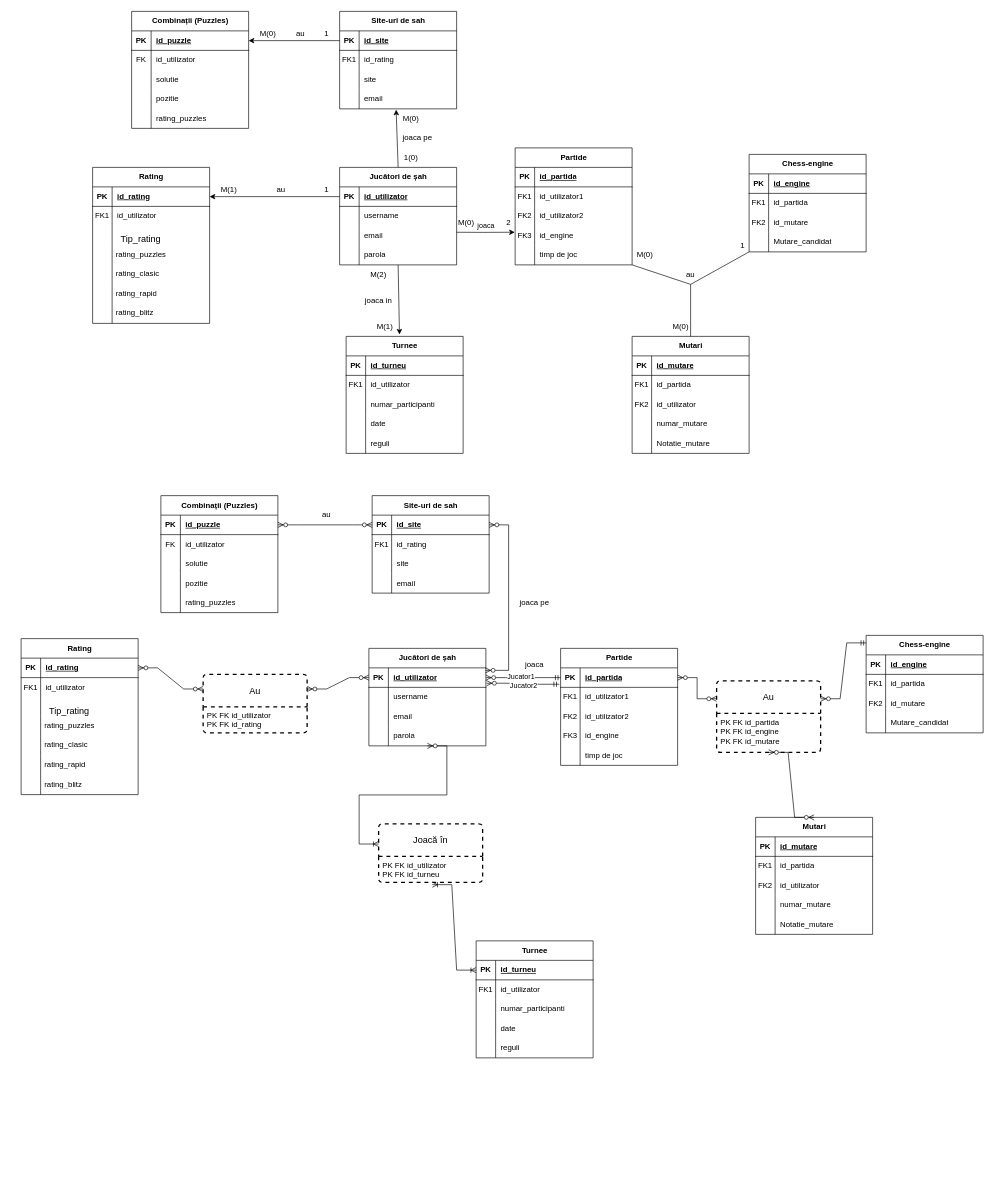
CiprianVlad/facultate keeps this draw.io diagram as Anul1/Semestrul 2/BD/proiect/Sah.drawio. Above is the earlier version. Source tidied: cells renumbered, new cells numbered last; positions are measured from the earlier drawing's top-left corner, leaving out a move shared by most shapes. Both pictures are drawn from the tidied source at 65%, with x=0, y=0 at pixel (21, 11).
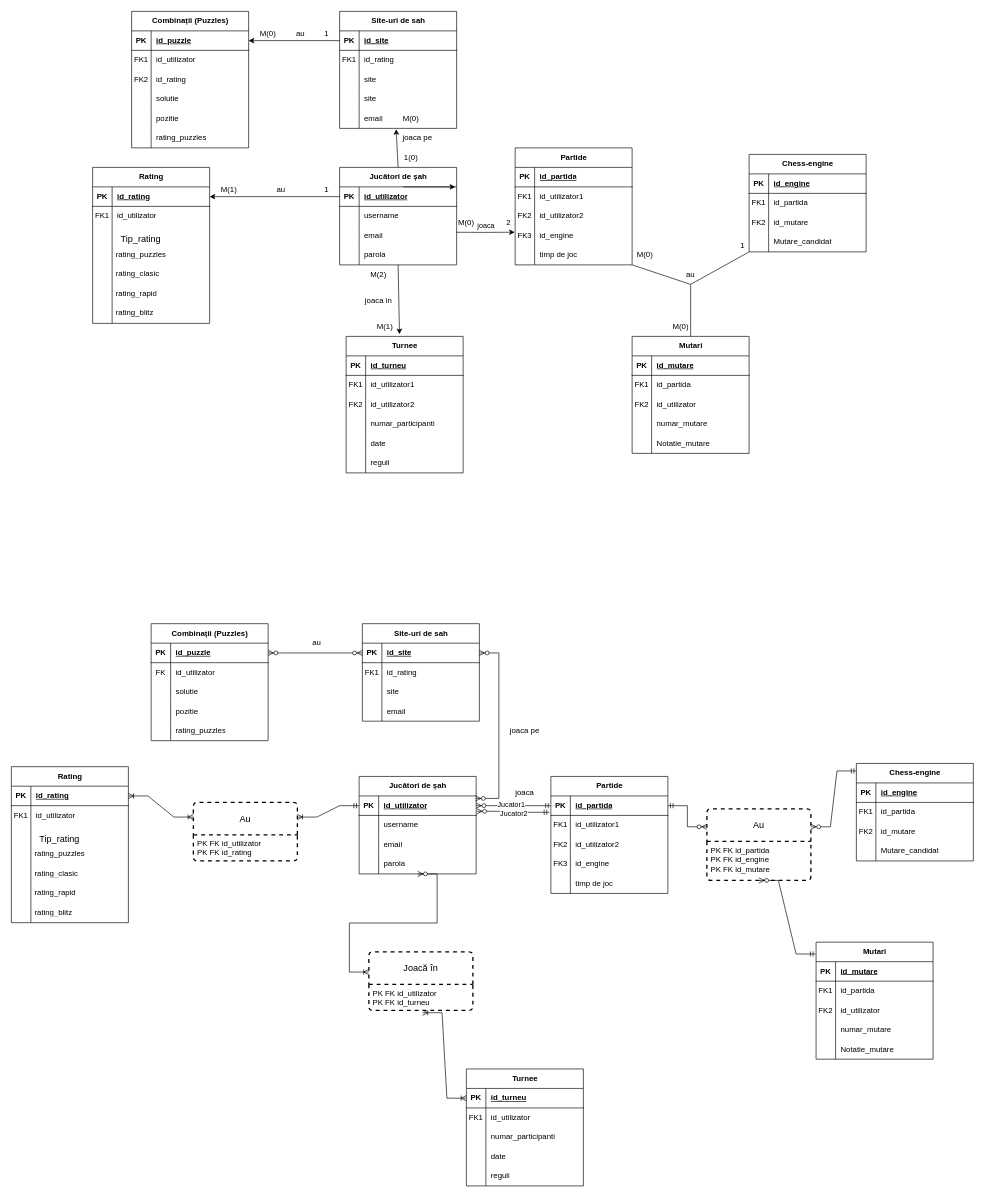
Above is the later version.

The change refers to these unchanged cells:
```xml
<mxCell id="99" style="shape=tableRow;horizontal=0;startSize=0;swimlaneHead=0;swimlaneBody=0;fillColor=none;top=0;left=0;right=0;bottom=0;" parent="95" vertex="1">
  <mxGeometry y="60" width="180" height="30" as="geometry" />
</mxCell>
<mxCell id="115" style="shape=tableRow;horizontal=0;startSize=0;swimlaneHead=0;swimlaneBody=0;fillColor=none;top=0;left=0;right=0;bottom=0;" parent="111" vertex="1">
  <mxGeometry y="60" width="180" height="30" as="geometry" />
</mxCell>
<mxCell id="151" style="shape=tableRow;horizontal=0;startSize=0;swimlaneHead=0;swimlaneBody=0;fillColor=none;points=[[0,0.5],[1,0.5]];portConstraint=eastwest;top=0;left=0;right=0;bottom=1;" parent="150" vertex="1">
  <mxGeometry y="30" width="180" height="30" as="geometry" />
</mxCell>
<mxCell id="164" style="shape=tableRow;horizontal=0;startSize=0;swimlaneHead=0;swimlaneBody=0;fillColor=none;points=[[0,0.5],[1,0.5]];portConstraint=eastwest;top=0;left=0;right=0;bottom=1;" parent="163" vertex="1">
  <mxGeometry y="30" width="180" height="30" as="geometry" />
</mxCell>
<mxCell id="180" style="shape=tableRow;horizontal=0;startSize=0;swimlaneHead=0;swimlaneBody=0;fillColor=none;points=[[0,0.5],[1,0.5]];portConstraint=eastwest;top=0;left=0;right=0;bottom=1;" parent="179" vertex="1">
  <mxGeometry y="30" width="180" height="30" as="geometry" />
</mxCell>
<mxCell id="222" style="shape=tableRow;horizontal=0;startSize=0;swimlaneHead=0;swimlaneBody=0;fillColor=none;points=[[0,0.5],[1,0.5]];portConstraint=eastwest;top=0;left=0;right=0;bottom=1;" parent="221" vertex="1">
  <mxGeometry y="30" width="180" height="30" as="geometry" />
</mxCell>
<mxCell id="259" value="&lt;div&gt;PK FK id_utilizator&lt;/div&gt;&lt;div&gt;PK FK id_turneu&lt;/div&gt;" style="align=left;strokeColor=none;fillColor=none;spacingLeft=4;spacingRight=4;fontSize=12;verticalAlign=top;html=1;whiteSpace=wrap;dashed=1;rounded=1;" parent="258" vertex="1">
  <mxGeometry y="50" width="160" height="40" as="geometry" />
</mxCell>
<mxCell id="278" style="shape=tableRow;horizontal=0;startSize=0;swimlaneHead=0;swimlaneBody=0;fillColor=none;points=[[0,0.5],[1,0.5]];portConstraint=eastwest;top=0;left=0;right=0;bottom=1;" parent="277" vertex="1">
  <mxGeometry y="30" width="180" height="30" as="geometry" />
</mxCell>
```

Change to the diagram source:
```diff
@@
     <mxCell id="31" value="Site-uri de sah" style="shape=table;startSize=30;childLayout=tableLayout;rowLines=0;fontStyle=1;align=center;html=1;" parent="1" vertex="1">
-      <mxGeometry x="490" width="180" height="150" as="geometry" />
+      <mxGeometry x="490" width="180" height="180" as="geometry" />
     </mxCell>
@@
+    <mxCell id="311" style="shape=tableRow;horizontal=0;startSize=0;swimlaneHead=0;swimlaneBody=0;fillColor=none;top=0;left=0;right=0;bottom=0;" parent="31" vertex="1">
+      <mxGeometry y="90" width="180" height="30" as="geometry" />
+    </mxCell>
+    <mxCell id="312" style="shape=partialRectangle;fillColor=none;top=0;left=0;bottom=0;right=0;overflow=hidden;whiteSpace=wrap;html=1;" parent="311" vertex="1">
+      <mxGeometry width="30" height="30" as="geometry" />
+    </mxCell>
+    <mxCell id="313" value="site" style="shape=partialRectangle;fillColor=none;top=0;left=0;bottom=0;right=0;align=left;spacingLeft=6;overflow=hidden;whiteSpace=wrap;html=1;" parent="311" vertex="1">
+      <mxGeometry x="30" width="150" height="30" as="geometry" />
+    </mxCell>
     <mxCell id="38" style="shape=tableRow;horizontal=0;startSize=0;swimlaneHead=0;swimlaneBody=0;fillColor=none;top=0;left=0;right=0;bottom=0;" parent="31" vertex="1">
-      <mxGeometry y="90" width="180" height="30" as="geometry" />
+      <mxGeometry y="120" width="180" height="30" as="geometry" />
     </mxCell>
@@
     <mxCell id="41" style="shape=tableRow;horizontal=0;startSize=0;swimlaneHead=0;swimlaneBody=0;fillColor=none;points=[[0,0.5],[1,0.5]];portConstraint=eastwest;top=0;left=0;right=0;bottom=0;" parent="31" vertex="1">
-      <mxGeometry y="120" width="180" height="30" as="geometry" />
+      <mxGeometry y="150" width="180" height="30" as="geometry" />
     </mxCell>
@@
     <mxCell id="95" value="Turnee" style="shape=table;startSize=30;childLayout=tableLayout;rowLines=0;fontStyle=1;align=center;html=1;" parent="1" vertex="1">
-      <mxGeometry x="500" y="500" width="180" height="180" as="geometry" />
+      <mxGeometry x="500" y="500" width="180" height="210" as="geometry" />
     </mxCell>
@@
-    <mxCell id="101" value="id_utilizator" style="shape=partialRectangle;fillColor=none;top=0;left=0;bottom=0;right=0;align=left;spacingLeft=6;overflow=hidden;whiteSpace=wrap;html=1;" parent="99" vertex="1">
+    <mxCell id="101" value="id_utilizator1" style="shape=partialRectangle;fillColor=none;top=0;left=0;bottom=0;right=0;align=left;spacingLeft=6;overflow=hidden;whiteSpace=wrap;html=1;" parent="99" vertex="1">
       <mxGeometry x="30" width="150" height="30" as="geometry" />
     </mxCell>
+    <mxCell id="314" style="shape=tableRow;horizontal=0;startSize=0;swimlaneHead=0;swimlaneBody=0;fillColor=none;top=0;left=0;right=0;bottom=0;" parent="95" vertex="1">
+      <mxGeometry y="90" width="180" height="30" as="geometry" />
+    </mxCell>
+    <mxCell id="315" value="FK2" style="shape=partialRectangle;fillColor=none;top=0;left=0;bottom=0;right=0;overflow=hidden;whiteSpace=wrap;html=1;" parent="314" vertex="1">
+      <mxGeometry width="30" height="30" as="geometry" />
+    </mxCell>
+    <mxCell id="316" value="id_utilizator2" style="shape=partialRectangle;fillColor=none;top=0;left=0;bottom=0;right=0;align=left;spacingLeft=6;overflow=hidden;whiteSpace=wrap;html=1;" parent="314" vertex="1">
+      <mxGeometry x="30" width="150" height="30" as="geometry" />
+    </mxCell>
     <mxCell id="102" style="shape=tableRow;horizontal=0;startSize=0;swimlaneHead=0;swimlaneBody=0;fillColor=none;top=0;left=0;right=0;bottom=0;" parent="95" vertex="1">
-      <mxGeometry y="90" width="180" height="30" as="geometry" />
+      <mxGeometry y="120" width="180" height="30" as="geometry" />
     </mxCell>
@@
     <mxCell id="105" style="shape=tableRow;horizontal=0;startSize=0;swimlaneHead=0;swimlaneBody=0;fillColor=none;top=0;left=0;right=0;bottom=0;" parent="95" vertex="1">
-      <mxGeometry y="120" width="180" height="30" as="geometry" />
+      <mxGeometry y="150" width="180" height="30" as="geometry" />
     </mxCell>
@@
     <mxCell id="108" style="shape=tableRow;horizontal=0;startSize=0;swimlaneHead=0;swimlaneBody=0;fillColor=none;top=0;left=0;right=0;bottom=0;" parent="95" vertex="1">
-      <mxGeometry y="150" width="180" height="30" as="geometry" />
+      <mxGeometry y="180" width="180" height="30" as="geometry" />
     </mxCell>
@@
     <mxCell id="111" value="Combinații (Puzzles)" style="shape=table;startSize=30;childLayout=tableLayout;rowLines=0;fontStyle=1;align=center;html=1;" parent="1" vertex="1">
-      <mxGeometry x="170" width="180" height="180" as="geometry" />
+      <mxGeometry x="170" width="180" height="210" as="geometry" />
     </mxCell>
@@
-    <mxCell id="116" value="FK" style="shape=partialRectangle;fillColor=none;top=0;left=0;bottom=0;right=0;overflow=hidden;whiteSpace=wrap;html=1;" parent="115" vertex="1">
+    <mxCell id="116" value="FK1" style="shape=partialRectangle;fillColor=none;top=0;left=0;bottom=0;right=0;overflow=hidden;whiteSpace=wrap;html=1;" parent="115" vertex="1">
       <mxGeometry width="30" height="30" as="geometry" />
     </mxCell>
@@
+    <mxCell id="317" style="shape=tableRow;horizontal=0;startSize=0;swimlaneHead=0;swimlaneBody=0;fillColor=none;top=0;left=0;right=0;bottom=0;" parent="111" vertex="1">
+      <mxGeometry y="90" width="180" height="30" as="geometry" />
+    </mxCell>
+    <mxCell id="318" value="FK2" style="shape=partialRectangle;fillColor=none;top=0;left=0;bottom=0;right=0;overflow=hidden;whiteSpace=wrap;html=1;" parent="317" vertex="1">
+      <mxGeometry width="30" height="30" as="geometry" />
+    </mxCell>
+    <mxCell id="319" value="id_rating" style="shape=partialRectangle;fillColor=none;top=0;left=0;bottom=0;right=0;align=left;spacingLeft=6;overflow=hidden;whiteSpace=wrap;html=1;" parent="317" vertex="1">
+      <mxGeometry x="30" width="150" height="30" as="geometry" />
+    </mxCell>
     <mxCell id="118" style="shape=tableRow;horizontal=0;startSize=0;swimlaneHead=0;swimlaneBody=0;fillColor=none;top=0;left=0;right=0;bottom=0;" parent="111" vertex="1">
-      <mxGeometry y="90" width="180" height="30" as="geometry" />
+      <mxGeometry y="120" width="180" height="30" as="geometry" />
     </mxCell>
@@
     <mxCell id="121" style="shape=tableRow;horizontal=0;startSize=0;swimlaneHead=0;swimlaneBody=0;fillColor=none;top=0;left=0;right=0;bottom=0;" parent="111" vertex="1">
-      <mxGeometry y="120" width="180" height="30" as="geometry" />
+      <mxGeometry y="150" width="180" height="30" as="geometry" />
     </mxCell>
@@
     <mxCell id="124" style="shape=tableRow;horizontal=0;startSize=0;swimlaneHead=0;swimlaneBody=0;fillColor=none;top=0;left=0;right=0;bottom=0;" parent="111" vertex="1">
-      <mxGeometry y="150" width="180" height="30" as="geometry" />
+      <mxGeometry y="180" width="180" height="30" as="geometry" />
     </mxCell>
@@
     <mxCell id="150" value="Jucători de șah" style="shape=table;startSize=30;childLayout=tableLayout;rowLines=0;fontStyle=1;align=center;html=1;" parent="1" vertex="1">
-      <mxGeometry x="535" y="980" width="180" height="150" as="geometry" />
+      <mxGeometry x="520" y="1177" width="180" height="150" as="geometry" />
     </mxCell>
@@
     <mxCell id="163" value="Partide" style="shape=table;startSize=30;childLayout=tableLayout;rowLines=0;fontStyle=1;align=center;html=1;" parent="1" vertex="1">
-      <mxGeometry x="830" y="980" width="180" height="180" as="geometry" />
+      <mxGeometry x="815" y="1177" width="180" height="180" as="geometry" />
     </mxCell>
@@
     <mxCell id="179" value="Site-uri de sah" style="shape=table;startSize=30;childLayout=tableLayout;rowLines=0;fontStyle=1;align=center;html=1;" parent="1" vertex="1">
-      <mxGeometry x="540" y="745" width="180" height="150" as="geometry" />
+      <mxGeometry x="525" y="942" width="180" height="150" as="geometry" />
     </mxCell>
@@
     <mxCell id="192" value="Chess-engine" style="shape=table;startSize=30;childLayout=tableLayout;rowLines=0;fontStyle=1;align=center;html=1;" parent="1" vertex="1">
-      <mxGeometry x="1300" y="960" width="180" height="150" as="geometry" />
+      <mxGeometry x="1285" y="1157" width="180" height="150" as="geometry" />
     </mxCell>
@@
     <mxCell id="205" value="Mutari" style="shape=table;startSize=30;childLayout=tableLayout;rowLines=0;fontStyle=1;align=center;html=1;" parent="1" vertex="1">
-      <mxGeometry x="1130" y="1240" width="180" height="180" as="geometry" />
+      <mxGeometry x="1223" y="1432" width="180" height="180" as="geometry" />
     </mxCell>
@@
     <mxCell id="221" value="Turnee" style="shape=table;startSize=30;childLayout=tableLayout;rowLines=0;fontStyle=1;align=center;html=1;" parent="1" vertex="1">
-      <mxGeometry x="700" y="1430" width="180" height="180" as="geometry" />
+      <mxGeometry x="685" y="1627" width="180" height="180" as="geometry" />
     </mxCell>
@@
     <mxCell id="237" value="Combinații (Puzzles)" style="shape=table;startSize=30;childLayout=tableLayout;rowLines=0;fontStyle=1;align=center;html=1;" parent="1" vertex="1">
-      <mxGeometry x="215" y="745" width="180" height="180" as="geometry" />
+      <mxGeometry x="200" y="942" width="180" height="180" as="geometry" />
     </mxCell>
@@
     <mxCell id="253" value="&lt;div&gt;au&lt;/div&gt;" style="text;html=1;align=center;verticalAlign=middle;whiteSpace=wrap;rounded=0;" parent="1" vertex="1">
-      <mxGeometry x="440" y="760" width="60" height="30" as="geometry" />
+      <mxGeometry x="425" y="957" width="60" height="30" as="geometry" />
     </mxCell>
     <mxCell id="254" value="Au" style="swimlane;horizontal=1;startSize=50;rounded=1;fontSize=14;fontStyle=0;strokeWidth=2;shadow=0;dashed=1;align=center;arcSize=4;whiteSpace=wrap;html=1;" parent="1" vertex="1">
-      <mxGeometry x="1070" y="1030" width="160" height="110" as="geometry" />
+      <mxGeometry x="1055" y="1227" width="160" height="110" as="geometry" />
     </mxCell>
@@
-    <mxCell id="256" style="edgeStyle=entityRelationEdgeStyle;fontSize=12;html=1;endArrow=ERzeroToMany;endFill=1;startArrow=ERzeroToMany;rounded=0;exitX=1;exitY=0.5;exitDx=0;exitDy=0;entryX=0;entryY=0.25;entryDx=0;entryDy=0;" parent="1" edge="1" source="164" target="254">
-      <mxGeometry relative="1" as="geometry">
-        <Array as="points">
-          <mxPoint x="990" y="990" />
-          <mxPoint x="1070" y="1070" />
-        </Array>
-      </mxGeometry>
-    </mxCell>
-    <mxCell id="257" style="edgeStyle=entityRelationEdgeStyle;fontSize=12;html=1;endArrow=ERzeroToMany;endFill=1;startArrow=ERzeroToMany;rounded=0;entryX=0.5;entryY=1;entryDx=0;entryDy=0;exitX=0.5;exitY=0;exitDx=0;exitDy=0;" parent="1" edge="1" source="205" target="254">
-      <mxGeometry relative="1" as="geometry">
-        <Array as="points">
-          <mxPoint x="1100" y="1340" />
-          <mxPoint x="1110" y="1220" />
-          <mxPoint x="1120" y="1220" />
-          <mxPoint x="1070" y="1200" />
-        </Array>
-      </mxGeometry>
-    </mxCell>
     <mxCell id="258" value="Joacă în" style="swimlane;horizontal=1;startSize=50;rounded=1;fontSize=14;fontStyle=0;strokeWidth=2;shadow=0;dashed=1;align=center;arcSize=4;whiteSpace=wrap;html=1;" parent="1" vertex="1">
-      <mxGeometry x="550" y="1250" width="160" height="90" as="geometry" />
+      <mxGeometry x="535" y="1447" width="160" height="90" as="geometry" />
     </mxCell>
@@
     <mxCell id="260" style="edgeStyle=entityRelationEdgeStyle;fontSize=12;html=1;endArrow=ERoneToMany;startArrow=ERoneToMany;rounded=0;entryX=0.516;entryY=1.088;entryDx=0;entryDy=0;entryPerimeter=0;exitX=0;exitY=0.5;exitDx=0;exitDy=0;" parent="1" edge="1" source="222" target="259">
       <mxGeometry relative="1" as="geometry">
         <Array as="points">
-          <mxPoint x="750" y="1400" />
-          <mxPoint x="750" y="1390" />
+          <mxPoint x="735" y="1597" />
+          <mxPoint x="735" y="1587" />
         </Array>
       </mxGeometry>
     </mxCell>
     <mxCell id="261" style="edgeStyle=entityRelationEdgeStyle;fontSize=12;html=1;endArrow=ERzeroToMany;endFill=1;startArrow=ERzeroToMany;rounded=0;exitX=0.995;exitY=0.128;exitDx=0;exitDy=0;exitPerimeter=0;" parent="1" edge="1" source="151" target="180">
       <mxGeometry relative="1" as="geometry">
         <Array as="points">
-          <mxPoint x="630" y="890" />
-          <mxPoint x="750" y="840" />
-          <mxPoint x="600" y="870" />
+          <mxPoint x="615" y="1087" />
+          <mxPoint x="735" y="1037" />
+          <mxPoint x="585" y="1067" />
         </Array>
       </mxGeometry>
     </mxCell>
@@
     <mxCell id="263" value="Au" style="swimlane;horizontal=1;startSize=50;rounded=1;fontSize=14;fontStyle=0;strokeWidth=2;shadow=0;dashed=1;align=center;arcSize=4;whiteSpace=wrap;html=1;" parent="1" vertex="1">
-      <mxGeometry x="280" y="1020" width="160" height="90" as="geometry" />
+      <mxGeometry x="265" y="1217" width="160" height="90" as="geometry" />
     </mxCell>
@@
-    <mxCell id="265" style="edgeStyle=entityRelationEdgeStyle;fontSize=12;html=1;endArrow=ERzeroToMany;endFill=1;startArrow=ERzeroToMany;rounded=0;entryX=0;entryY=0.5;entryDx=0;entryDy=0;exitX=1;exitY=0.25;exitDx=0;exitDy=0;" parent="1" edge="1" source="263" target="151">
-      <mxGeometry relative="1" as="geometry">
-        <Array as="points">
-          <mxPoint x="470" y="1220" />
-          <mxPoint x="470" y="1190" />
-        </Array>
-      </mxGeometry>
-    </mxCell>
-    <mxCell id="266" style="edgeStyle=entityRelationEdgeStyle;fontSize=12;html=1;endArrow=ERzeroToMany;endFill=1;startArrow=ERzeroToMany;rounded=0;entryX=0;entryY=0.25;entryDx=0;entryDy=0;exitX=1;exitY=0.5;exitDx=0;exitDy=0;" parent="1" edge="1" source="278" target="263">
-      <mxGeometry relative="1" as="geometry" />
-    </mxCell>
     <mxCell id="267" style="edgeStyle=entityRelationEdgeStyle;fontSize=12;html=1;endArrow=ERoneToMany;startArrow=ERzeroToMany;rounded=0;exitX=0.5;exitY=1;exitDx=0;exitDy=0;" parent="1" edge="1" source="150">
       <mxGeometry relative="1" as="geometry">
-        <mxPoint x="550" y="1281" as="targetPoint" />
+        <mxPoint x="535" y="1478" as="targetPoint" />
       </mxGeometry>
     </mxCell>
@@
     <mxCell id="270" value="&lt;div&gt;joaca&lt;/div&gt;" style="text;html=1;align=center;verticalAlign=middle;whiteSpace=wrap;rounded=0;" parent="1" vertex="1">
-      <mxGeometry x="760" y="990" width="60" height="30" as="geometry" />
+      <mxGeometry x="745" y="1187" width="60" height="30" as="geometry" />
     </mxCell>
     <mxCell id="271" value="&lt;div&gt;joaca pe&lt;/div&gt;" style="text;html=1;align=center;verticalAlign=middle;whiteSpace=wrap;rounded=0;" parent="1" vertex="1">
-      <mxGeometry x="760" y="895" width="60" height="30" as="geometry" />
+      <mxGeometry x="745" y="1092" width="60" height="30" as="geometry" />
     </mxCell>
@@
     <mxCell id="277" value="Rating" style="shape=table;startSize=30;childLayout=tableLayout;rowLines=0;fontStyle=1;align=center;html=1;" parent="1" vertex="1">
-      <mxGeometry y="965" width="180" height="240" as="geometry" />
+      <mxGeometry x="-15" y="1162" width="180" height="240" as="geometry" />
     </mxCell>
@@
     <mxCell id="299" value="   Tip_rating" style="swimlane;fontStyle=0;horizontal=1;startSize=20;align=left;fontSize=14;strokeColor=none;fillColor=none;" parent="1" vertex="1">
-      <mxGeometry x="30" y="1065" width="150" height="130" as="geometry" />
+      <mxGeometry x="15" y="1262" width="150" height="130" as="geometry" />
     </mxCell>
@@
     <mxCell id="304" style="edgeStyle=entityRelationEdgeStyle;fontSize=12;html=1;endArrow=ERzeroToMany;startArrow=ERmandOne;rounded=0;entryX=1.006;entryY=0.787;entryDx=0;entryDy=0;entryPerimeter=0;exitX=-0.013;exitY=0.84;exitDx=0;exitDy=0;exitPerimeter=0;" parent="1" edge="1" source="164" target="151">
       <mxGeometry relative="1" as="geometry">
         <Array as="points">
-          <mxPoint x="940" y="930" />
+          <mxPoint x="925" y="1127" />
         </Array>
       </mxGeometry>
     </mxCell>
@@
+    <mxCell id="320" style="edgeStyle=none;orthogonalLoop=1;jettySize=auto;html=1;rounded=0;" parent="1" edge="1">
+      <mxGeometry relative="1" as="geometry">
+        <mxPoint x="588" y="270" as="sourcePoint" />
+        <mxPoint x="668" y="270" as="targetPoint" />
+      </mxGeometry>
+    </mxCell>
+    <mxCell id="321" style="edgeStyle=entityRelationEdgeStyle;fontSize=12;html=1;endArrow=ERoneToMany;startArrow=ERmandOne;rounded=0;entryX=1;entryY=0.25;entryDx=0;entryDy=0;exitX=0;exitY=0.5;exitDx=0;exitDy=0;" parent="1" edge="1" source="151" target="263">
+      <mxGeometry relative="1" as="geometry" />
+    </mxCell>
+    <mxCell id="322" style="edgeStyle=entityRelationEdgeStyle;fontSize=12;html=1;endArrow=ERoneToMany;startArrow=ERoneToMany;rounded=0;entryX=1;entryY=0.5;entryDx=0;entryDy=0;exitX=0;exitY=0.25;exitDx=0;exitDy=0;" parent="1" edge="1" source="263" target="278">
+      <mxGeometry relative="1" as="geometry" />
+    </mxCell>
+    <mxCell id="256" style="edgeStyle=entityRelationEdgeStyle;fontSize=12;html=1;endArrow=ERzeroToMany;startArrow=ERmandOne;rounded=0;exitX=1;exitY=0.5;exitDx=0;exitDy=0;entryX=0;entryY=0.25;entryDx=0;entryDy=0;" parent="1" edge="1" source="164" target="254">
+      <mxGeometry relative="1" as="geometry">
+        <Array as="points">
+          <mxPoint x="1045" y="1108" />
+          <mxPoint x="910" y="997" />
+          <mxPoint x="1111" y="1163" />
+          <mxPoint x="1110" y="1150" />
+          <mxPoint x="1005" y="1068" />
+        </Array>
+      </mxGeometry>
+    </mxCell>
+    <mxCell id="257" style="edgeStyle=entityRelationEdgeStyle;fontSize=12;html=1;endArrow=ERzeroToMany;startArrow=ERmandOne;rounded=0;entryX=0.5;entryY=1;entryDx=0;entryDy=0;exitX=-0.004;exitY=0.101;exitDx=0;exitDy=0;exitPerimeter=0;" parent="1" edge="1" source="205" target="254">
+      <mxGeometry relative="1" as="geometry">
+        <Array as="points">
+          <mxPoint x="1080" y="1269" />
+          <mxPoint x="1081" y="1541" />
+          <mxPoint x="945" y="1158" />
+          <mxPoint x="1146" y="1324" />
+          <mxPoint x="1145" y="1311" />
+          <mxPoint x="1040" y="1229" />
+        </Array>
+      </mxGeometry>
+    </mxCell>
```
